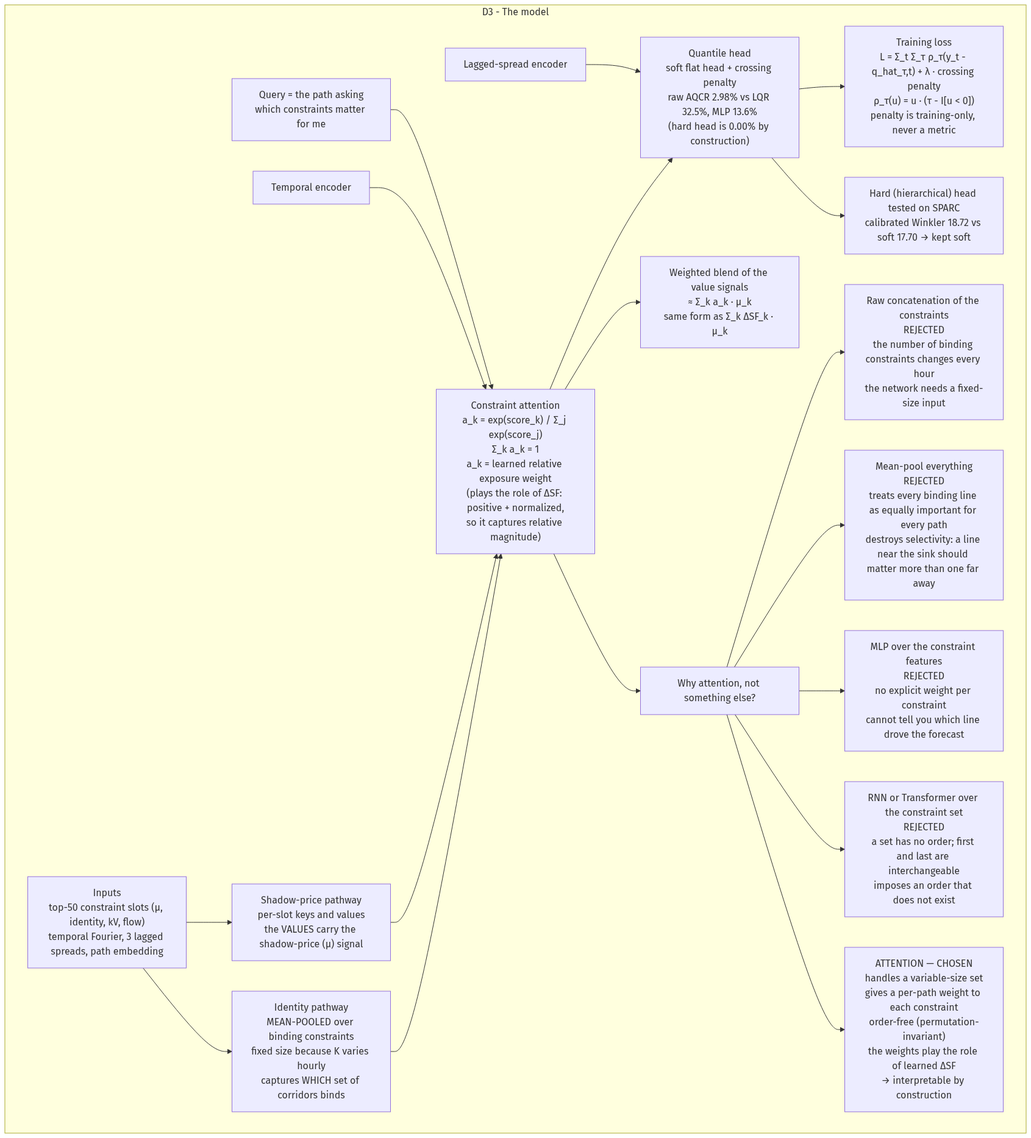
Earlier version of the Mermaid export docs/explanation/06-sparc-flow-04-G_D3.png (L1ZLe/ercot-casp-paper). Its source is kept beside it as docs/explanation/06-sparc-flow-04-G_D3.mmd.
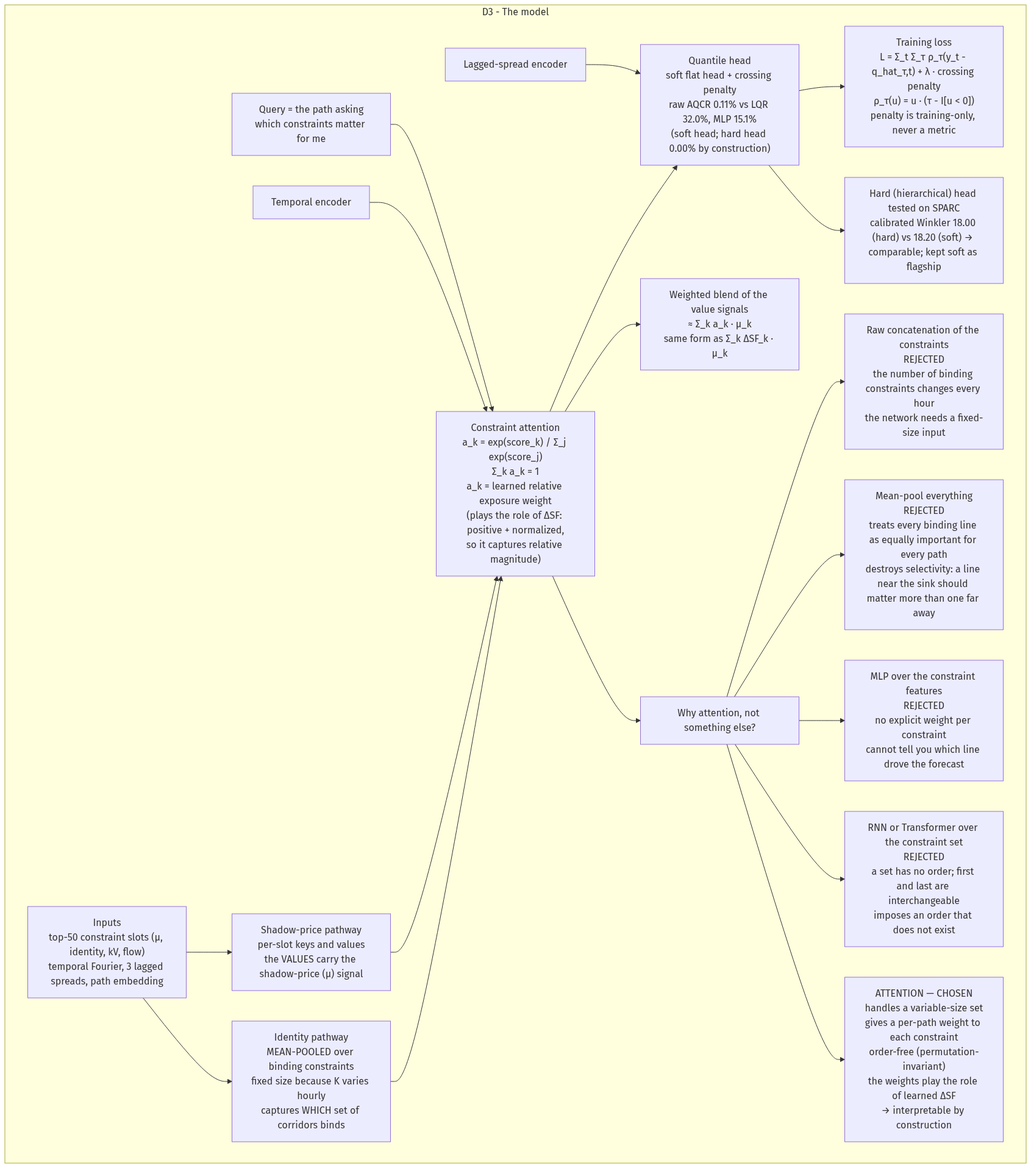
After the change.

The edit, as a diff of the source:
```diff
@@ -8,8 +8,8 @@
     Q["Query = the path asking<br/>which constraints matter for me"] --> ATTN_D3
     ATTN_D3["Constraint attention<br/>a_k = exp(score_k) / Σ_j exp(score_j)<br/>Σ_k a_k = 1<br/>a_k = learned relative exposure weight<br/>(plays the role of ΔSF: positive + normalized,<br/>so it captures relative magnitude)"] --> HEAD
     ATTN_D3 --> BLEND["Weighted blend of the value signals<br/>≈ Σ_k a_k · μ_k<br/>same form as Σ_k ΔSF_k · μ_k"]
-    HEAD["Quantile head<br/>soft flat head + crossing penalty<br/>raw AQCR 2.98% vs LQR 32.5%, MLP 13.6%<br/>(hard head is 0.00% by construction)"] --> LOSS["Training loss<br/>L = Σ_t Σ_τ ρ_τ(y_t - q_hat_τ,t) + λ · crossing penalty<br/>ρ_τ(u) = u · (τ - I[u &lt; 0])<br/>penalty is training-only, never a metric"]
-    HEAD --> HARD2["Hard (hierarchical) head tested on SPARC<br/>calibrated Winkler 18.72 vs soft 17.70 → kept soft"]
+    HEAD["Quantile head<br/>soft flat head + crossing penalty<br/>raw AQCR 0.11% vs LQR 32.0%, MLP 15.1%<br/>(soft head; hard head 0.00% by construction)"] --> LOSS["Training loss<br/>L = Σ_t Σ_τ ρ_τ(y_t - q_hat_τ,t) + λ · crossing penalty<br/>ρ_τ(u) = u · (τ - I[u &lt; 0])<br/>penalty is training-only, never a metric"]
+    HEAD --> HARD2["Hard (hierarchical) head tested on SPARC<br/>calibrated Winkler 18.00 (hard) vs 18.20 (soft) → comparable; kept soft as flagship"]
     LAG["Lagged-spread encoder"] --> HEAD
 
     ATTN_D3 --> WHY_ROOT["Why attention, not something else?"]
```
